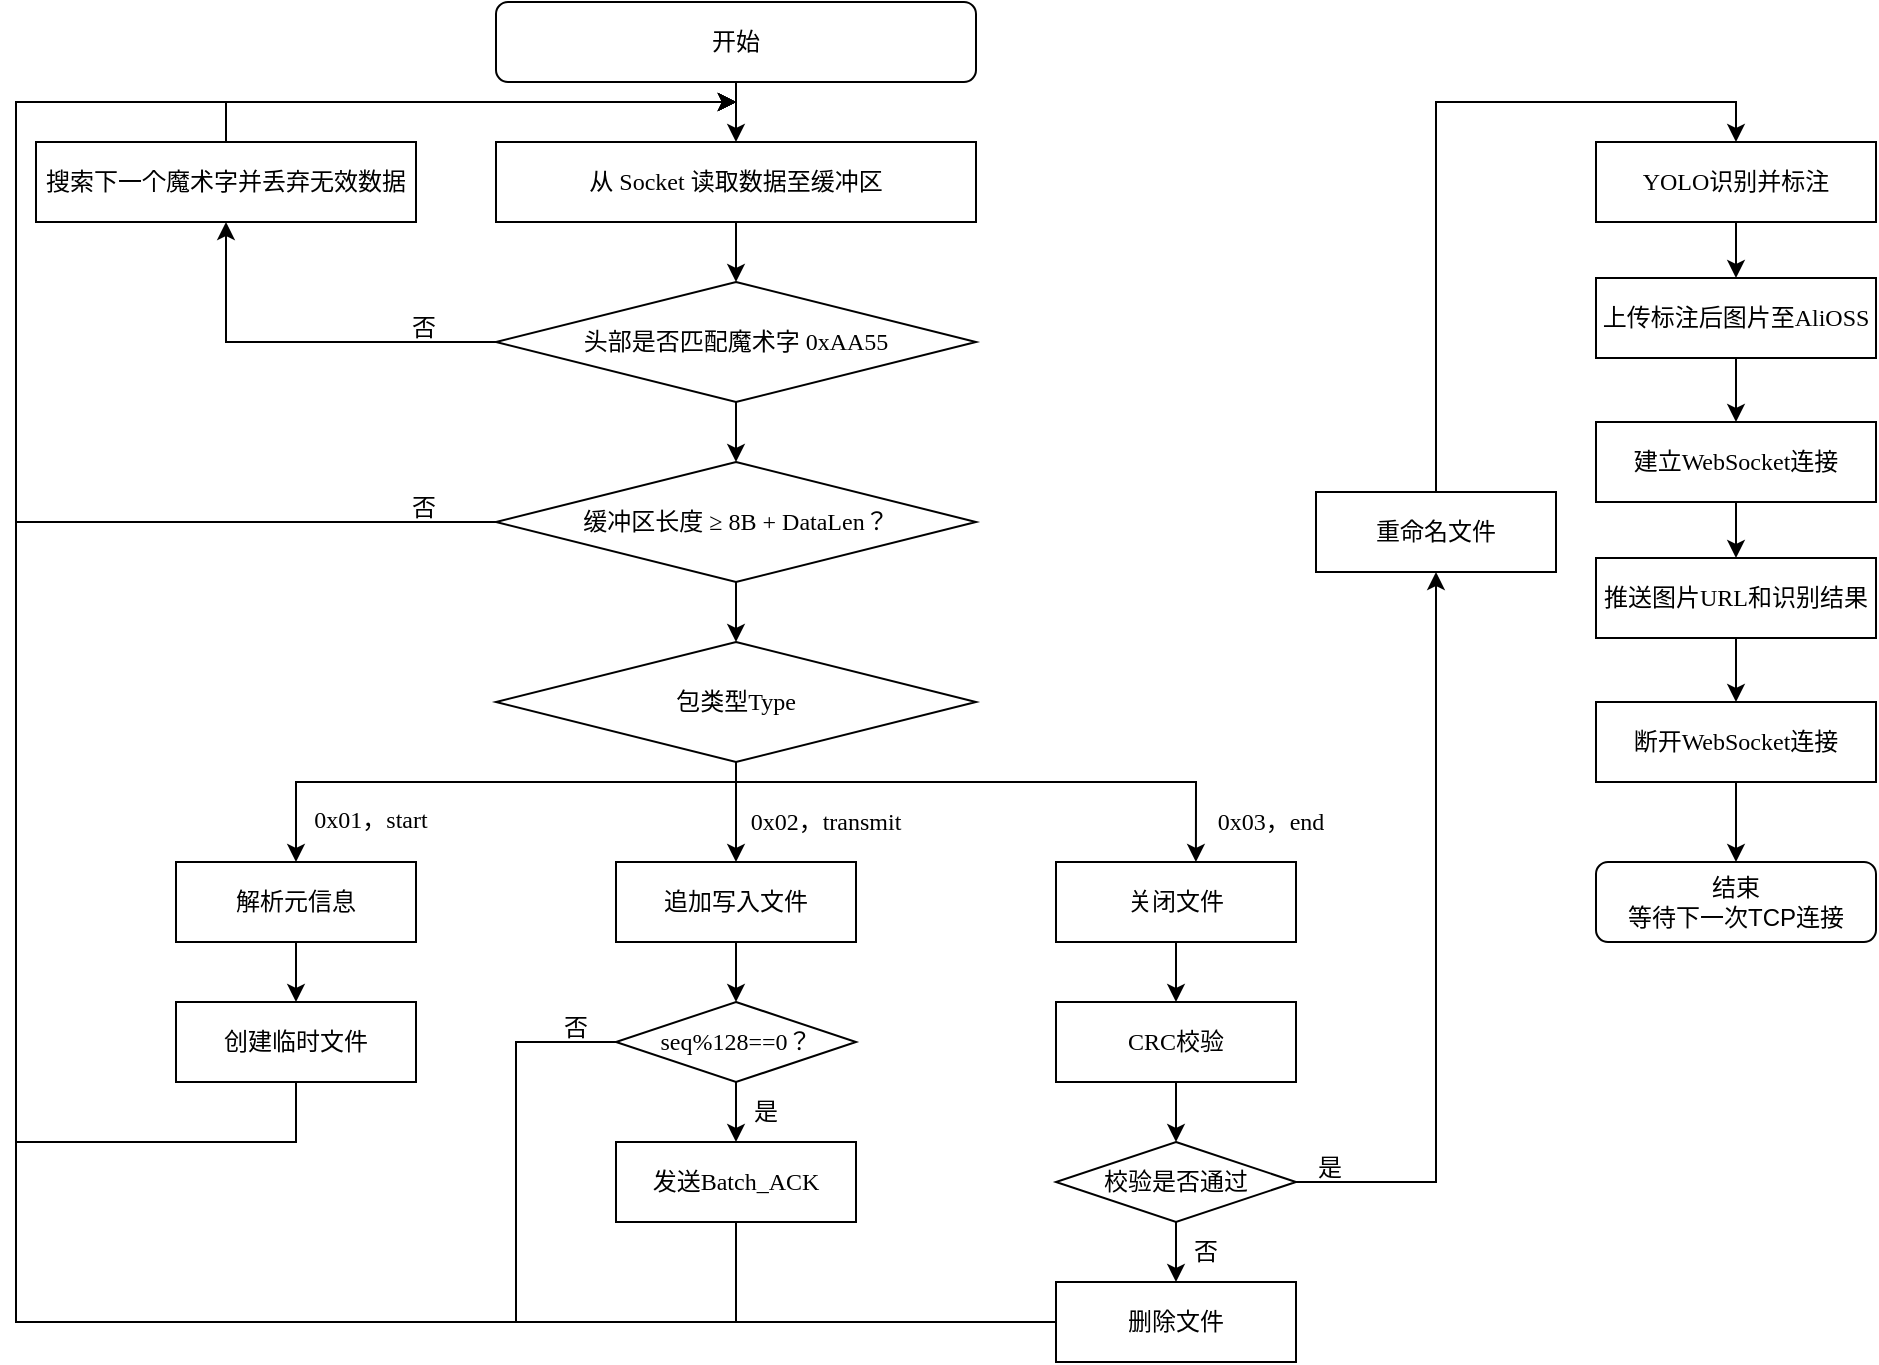
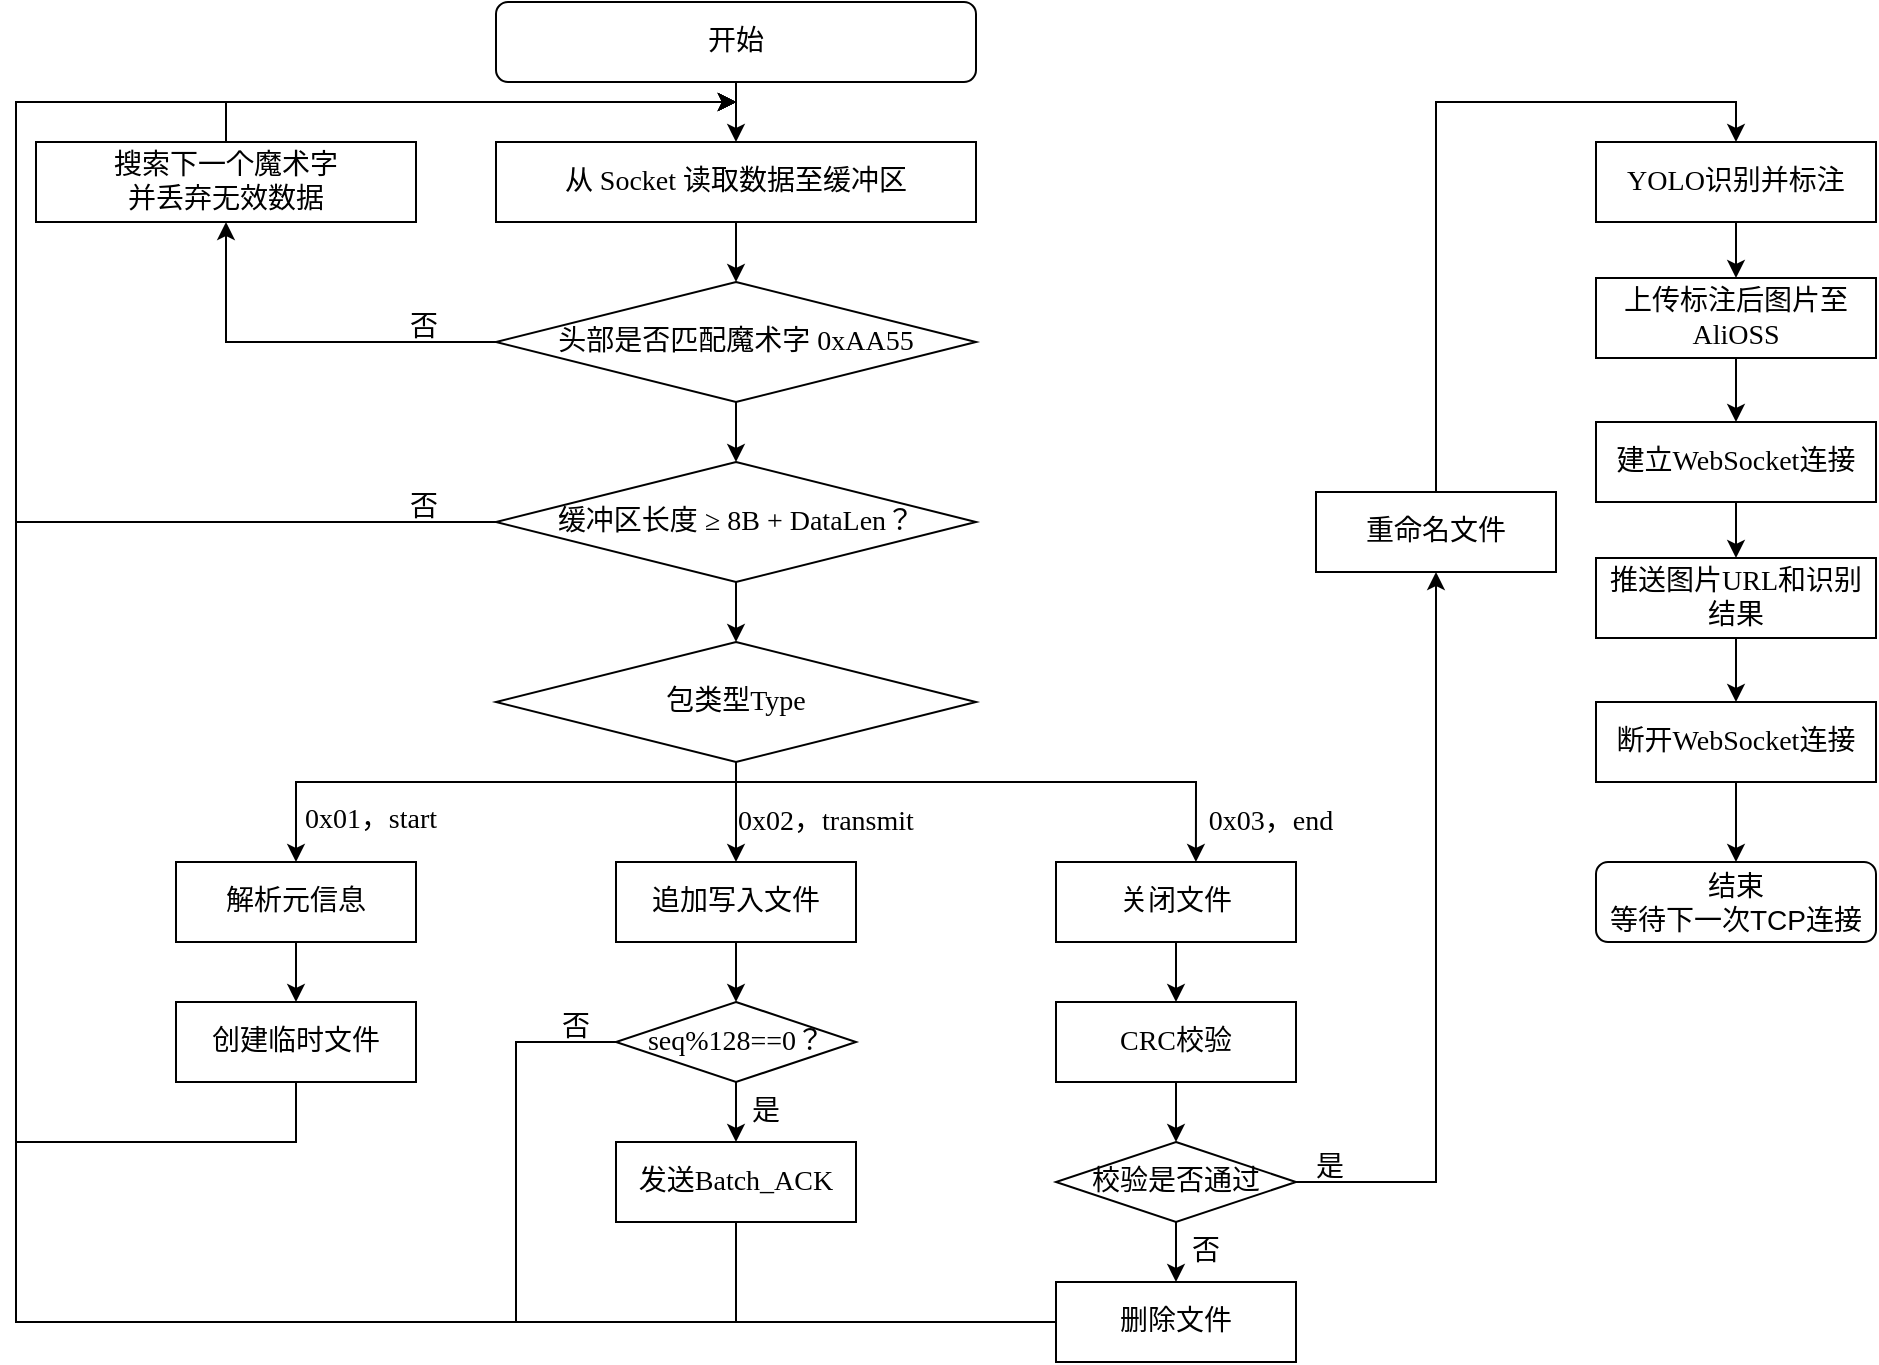
<mxfile host="app.diagrams.net">
  <diagram name="第 1 页" id="8uRtmwMaMuUe7Nznx1c2">
-     <mxGraphModel dx="1334" dy="939" grid="1" gridSize="10" guides="1" tooltips="1" connect="1" arrows="1" fold="1" page="1" pageScale="1" pageWidth="1654" pageHeight="2336" math="0" shadow="0">
+     <mxGraphModel dx="1338" dy="970" grid="1" gridSize="10" guides="1" tooltips="1" connect="1" arrows="1" fold="1" page="1" pageScale="1" pageWidth="1654" pageHeight="2336" math="0" shadow="0">
      <root>
        <mxCell id="0" />
        <mxCell id="1" parent="0" />
-         <mxCell id="qv9amhCV-RjvQQsg8EkM-5" edge="1" parent="1" source="qv9amhCV-RjvQQsg8EkM-1" style="edgeStyle=orthogonalEdgeStyle;rounded=0;orthogonalLoop=1;jettySize=auto;html=1;entryX=0.5;entryY=0;entryDx=0;entryDy=0;fontFamily=Times New Roman;" target="qv9amhCV-RjvQQsg8EkM-3">
-           <mxGeometry relative="1" as="geometry" />
-         </mxCell>
-         <mxCell id="qv9amhCV-RjvQQsg8EkM-1" parent="1" style="rounded=1;whiteSpace=wrap;html=1;fontFamily=Times New Roman;" value="开始" vertex="1">
+         <mxCell id="qv9amhCV-RjvQQsg8EkM-5" edge="1" parent="1" source="qv9amhCV-RjvQQsg8EkM-1" style="edgeStyle=orthogonalEdgeStyle;rounded=0;orthogonalLoop=1;jettySize=auto;html=1;entryX=0.5;entryY=0;entryDx=0;entryDy=0;fontFamily=Times New Roman;fontSize=14;" target="qv9amhCV-RjvQQsg8EkM-3">
+           <mxGeometry relative="1" as="geometry" />
+         </mxCell>
+         <mxCell id="qv9amhCV-RjvQQsg8EkM-1" parent="1" style="rounded=1;whiteSpace=wrap;html=1;fontFamily=Times New Roman;fontSize=14;" value="开始" vertex="1">
          <mxGeometry height="40" width="240" x="320" y="40" as="geometry" />
        </mxCell>
-         <mxCell id="qv9amhCV-RjvQQsg8EkM-13" edge="1" parent="1" source="qv9amhCV-RjvQQsg8EkM-2" style="edgeStyle=orthogonalEdgeStyle;rounded=0;orthogonalLoop=1;jettySize=auto;html=1;exitX=0;exitY=0.5;exitDx=0;exitDy=0;entryX=0.5;entryY=1;entryDx=0;entryDy=0;fontFamily=Times New Roman;" target="qv9amhCV-RjvQQsg8EkM-10">
-           <mxGeometry relative="1" as="geometry" />
-         </mxCell>
-         <mxCell id="qv9amhCV-RjvQQsg8EkM-17" edge="1" parent="1" source="qv9amhCV-RjvQQsg8EkM-2" style="edgeStyle=orthogonalEdgeStyle;rounded=0;orthogonalLoop=1;jettySize=auto;html=1;fontFamily=Times New Roman;" target="qv9amhCV-RjvQQsg8EkM-14">
-           <mxGeometry relative="1" as="geometry" />
-         </mxCell>
-         <mxCell id="qv9amhCV-RjvQQsg8EkM-2" parent="1" style="rhombus;whiteSpace=wrap;html=1;fontFamily=Times New Roman;" value="头部是否匹配魔术字 0xAA55" vertex="1">
+         <mxCell id="qv9amhCV-RjvQQsg8EkM-13" edge="1" parent="1" source="qv9amhCV-RjvQQsg8EkM-2" style="edgeStyle=orthogonalEdgeStyle;rounded=0;orthogonalLoop=1;jettySize=auto;html=1;exitX=0;exitY=0.5;exitDx=0;exitDy=0;entryX=0.5;entryY=1;entryDx=0;entryDy=0;fontFamily=Times New Roman;fontSize=14;" target="qv9amhCV-RjvQQsg8EkM-10">
+           <mxGeometry relative="1" as="geometry" />
+         </mxCell>
+         <mxCell id="qv9amhCV-RjvQQsg8EkM-17" edge="1" parent="1" source="qv9amhCV-RjvQQsg8EkM-2" style="edgeStyle=orthogonalEdgeStyle;rounded=0;orthogonalLoop=1;jettySize=auto;html=1;fontFamily=Times New Roman;fontSize=14;" target="qv9amhCV-RjvQQsg8EkM-14">
+           <mxGeometry relative="1" as="geometry" />
+         </mxCell>
+         <mxCell id="qv9amhCV-RjvQQsg8EkM-2" parent="1" style="rhombus;whiteSpace=wrap;html=1;fontFamily=Times New Roman;fontSize=14;" value="头部是否匹配魔术字 0xAA55" vertex="1">
          <mxGeometry height="60" width="240" x="320" y="180" as="geometry" />
        </mxCell>
-         <mxCell id="qv9amhCV-RjvQQsg8EkM-6" edge="1" parent="1" source="qv9amhCV-RjvQQsg8EkM-3" style="edgeStyle=orthogonalEdgeStyle;rounded=0;orthogonalLoop=1;jettySize=auto;html=1;fontFamily=Times New Roman;" target="qv9amhCV-RjvQQsg8EkM-2">
-           <mxGeometry relative="1" as="geometry" />
-         </mxCell>
-         <mxCell id="qv9amhCV-RjvQQsg8EkM-3" parent="1" style="rounded=0;whiteSpace=wrap;html=1;fontFamily=Times New Roman;" value="从 Socket 读取数据至缓冲区" vertex="1">
+         <mxCell id="qv9amhCV-RjvQQsg8EkM-6" edge="1" parent="1" source="qv9amhCV-RjvQQsg8EkM-3" style="edgeStyle=orthogonalEdgeStyle;rounded=0;orthogonalLoop=1;jettySize=auto;html=1;fontFamily=Times New Roman;fontSize=14;" target="qv9amhCV-RjvQQsg8EkM-2">
+           <mxGeometry relative="1" as="geometry" />
+         </mxCell>
+         <mxCell id="qv9amhCV-RjvQQsg8EkM-3" parent="1" style="rounded=0;whiteSpace=wrap;html=1;fontFamily=Times New Roman;fontSize=14;" value="从 Socket 读取数据至缓冲区" vertex="1">
          <mxGeometry height="40" width="240" x="320" y="110" as="geometry" />
        </mxCell>
-         <mxCell id="qv9amhCV-RjvQQsg8EkM-7" parent="1" style="text;html=1;whiteSpace=wrap;strokeColor=none;fillColor=none;align=center;verticalAlign=middle;rounded=0;fontFamily=Times New Roman;" value="否" vertex="1">
+         <mxCell id="qv9amhCV-RjvQQsg8EkM-7" parent="1" style="text;html=1;whiteSpace=wrap;strokeColor=none;fillColor=none;align=center;verticalAlign=middle;rounded=0;fontFamily=Times New Roman;fontSize=14;" value="否" vertex="1">
          <mxGeometry height="30" width="60" x="254" y="188" as="geometry" />
        </mxCell>
-         <mxCell id="qv9amhCV-RjvQQsg8EkM-12" edge="1" parent="1" source="qv9amhCV-RjvQQsg8EkM-10" style="edgeStyle=orthogonalEdgeStyle;rounded=0;orthogonalLoop=1;jettySize=auto;html=1;fontFamily=Times New Roman;">
+         <mxCell id="qv9amhCV-RjvQQsg8EkM-12" edge="1" parent="1" source="qv9amhCV-RjvQQsg8EkM-10" style="edgeStyle=orthogonalEdgeStyle;rounded=0;orthogonalLoop=1;jettySize=auto;html=1;fontFamily=Times New Roman;fontSize=14;">
          <mxGeometry relative="1" as="geometry">
            <Array as="points">
              <mxPoint x="185" y="90" />
            </Array>
            <mxPoint x="440" y="90" as="targetPoint" />
          </mxGeometry>
        </mxCell>
-         <mxCell id="qv9amhCV-RjvQQsg8EkM-10" parent="1" style="rounded=0;whiteSpace=wrap;html=1;fontFamily=Times New Roman;" value="搜索下一个魔术字并丢弃无效数据" vertex="1">
+         <mxCell id="qv9amhCV-RjvQQsg8EkM-10" parent="1" style="rounded=0;whiteSpace=wrap;html=1;fontFamily=Times New Roman;fontSize=14;" value="搜索下一个魔术字&lt;div&gt;并丢弃无效数据&lt;/div&gt;" vertex="1">
          <mxGeometry height="40" width="190" x="90" y="110" as="geometry" />
        </mxCell>
-         <mxCell id="qv9amhCV-RjvQQsg8EkM-15" edge="1" parent="1" source="qv9amhCV-RjvQQsg8EkM-14" style="edgeStyle=orthogonalEdgeStyle;rounded=0;orthogonalLoop=1;jettySize=auto;html=1;fontFamily=Times New Roman;">
+         <mxCell id="qv9amhCV-RjvQQsg8EkM-15" edge="1" parent="1" source="qv9amhCV-RjvQQsg8EkM-14" style="edgeStyle=orthogonalEdgeStyle;rounded=0;orthogonalLoop=1;jettySize=auto;html=1;fontFamily=Times New Roman;fontSize=14;">
          <mxGeometry relative="1" as="geometry">
            <Array as="points">
              <mxPoint x="80" y="300" />
            </Array>
            <mxPoint x="440" y="90" as="targetPoint" />
          </mxGeometry>
        </mxCell>
-         <mxCell id="qv9amhCV-RjvQQsg8EkM-36" edge="1" parent="1" source="qv9amhCV-RjvQQsg8EkM-14" style="edgeStyle=orthogonalEdgeStyle;rounded=0;orthogonalLoop=1;jettySize=auto;html=1;entryX=0.5;entryY=0;entryDx=0;entryDy=0;fontFamily=Times New Roman;" target="qv9amhCV-RjvQQsg8EkM-18">
-           <mxGeometry relative="1" as="geometry" />
-         </mxCell>
-         <mxCell id="qv9amhCV-RjvQQsg8EkM-14" parent="1" style="rhombus;whiteSpace=wrap;html=1;fontFamily=Times New Roman;" value="缓冲区长度 &lt;font&gt;≥&lt;/font&gt;&amp;nbsp;8B + DataLen？" vertex="1">
+         <mxCell id="qv9amhCV-RjvQQsg8EkM-36" edge="1" parent="1" source="qv9amhCV-RjvQQsg8EkM-14" style="edgeStyle=orthogonalEdgeStyle;rounded=0;orthogonalLoop=1;jettySize=auto;html=1;entryX=0.5;entryY=0;entryDx=0;entryDy=0;fontFamily=Times New Roman;fontSize=14;" target="qv9amhCV-RjvQQsg8EkM-18">
+           <mxGeometry relative="1" as="geometry" />
+         </mxCell>
+         <mxCell id="qv9amhCV-RjvQQsg8EkM-14" parent="1" style="rhombus;whiteSpace=wrap;html=1;fontFamily=Times New Roman;fontSize=14;" value="缓冲区长度 &lt;font&gt;≥&lt;/font&gt;&amp;nbsp;8B + DataLen？" vertex="1">
          <mxGeometry height="60" width="240" x="320" y="270" as="geometry" />
        </mxCell>
-         <mxCell id="qv9amhCV-RjvQQsg8EkM-16" parent="1" style="text;html=1;whiteSpace=wrap;strokeColor=none;fillColor=none;align=center;verticalAlign=middle;rounded=0;fontFamily=Times New Roman;" value="否" vertex="1">
+         <mxCell id="qv9amhCV-RjvQQsg8EkM-16" parent="1" style="text;html=1;whiteSpace=wrap;strokeColor=none;fillColor=none;align=center;verticalAlign=middle;rounded=0;fontFamily=Times New Roman;fontSize=14;" value="否" vertex="1">
          <mxGeometry height="30" width="60" x="254" y="278" as="geometry" />
        </mxCell>
-         <mxCell id="qv9amhCV-RjvQQsg8EkM-27" edge="1" parent="1" source="qv9amhCV-RjvQQsg8EkM-18" style="edgeStyle=orthogonalEdgeStyle;rounded=0;orthogonalLoop=1;jettySize=auto;html=1;entryX=0.5;entryY=0;entryDx=0;entryDy=0;fontFamily=Times New Roman;" target="qv9amhCV-RjvQQsg8EkM-22">
-           <mxGeometry relative="1" as="geometry" />
-         </mxCell>
-         <mxCell id="qv9amhCV-RjvQQsg8EkM-28" edge="1" parent="1" source="qv9amhCV-RjvQQsg8EkM-18" style="edgeStyle=orthogonalEdgeStyle;rounded=0;orthogonalLoop=1;jettySize=auto;html=1;entryX=0.5;entryY=0;entryDx=0;entryDy=0;fontFamily=Times New Roman;" target="qv9amhCV-RjvQQsg8EkM-20">
+         <mxCell id="qv9amhCV-RjvQQsg8EkM-27" edge="1" parent="1" source="qv9amhCV-RjvQQsg8EkM-18" style="edgeStyle=orthogonalEdgeStyle;rounded=0;orthogonalLoop=1;jettySize=auto;html=1;entryX=0.5;entryY=0;entryDx=0;entryDy=0;fontFamily=Times New Roman;fontSize=14;" target="qv9amhCV-RjvQQsg8EkM-22">
+           <mxGeometry relative="1" as="geometry" />
+         </mxCell>
+         <mxCell id="qv9amhCV-RjvQQsg8EkM-28" edge="1" parent="1" source="qv9amhCV-RjvQQsg8EkM-18" style="edgeStyle=orthogonalEdgeStyle;rounded=0;orthogonalLoop=1;jettySize=auto;html=1;entryX=0.5;entryY=0;entryDx=0;entryDy=0;fontFamily=Times New Roman;fontSize=14;" target="qv9amhCV-RjvQQsg8EkM-20">
          <mxGeometry relative="1" as="geometry">
            <Array as="points">
              <mxPoint x="440" y="430" />
              <mxPoint x="220" y="430" />
            </Array>
          </mxGeometry>
        </mxCell>
-         <mxCell id="qv9amhCV-RjvQQsg8EkM-18" parent="1" style="rhombus;whiteSpace=wrap;html=1;fontFamily=Times New Roman;" value="包类型Type" vertex="1">
+         <mxCell id="qv9amhCV-RjvQQsg8EkM-18" parent="1" style="rhombus;whiteSpace=wrap;html=1;fontFamily=Times New Roman;fontSize=14;" value="包类型Type" vertex="1">
          <mxGeometry height="60" width="240" x="320" y="360" as="geometry" />
        </mxCell>
-         <mxCell id="qv9amhCV-RjvQQsg8EkM-33" edge="1" parent="1" source="qv9amhCV-RjvQQsg8EkM-20" style="edgeStyle=orthogonalEdgeStyle;rounded=0;orthogonalLoop=1;jettySize=auto;html=1;entryX=0.5;entryY=0;entryDx=0;entryDy=0;fontFamily=Times New Roman;" target="qv9amhCV-RjvQQsg8EkM-21">
-           <mxGeometry relative="1" as="geometry" />
-         </mxCell>
-         <mxCell id="qv9amhCV-RjvQQsg8EkM-20" parent="1" style="rounded=0;whiteSpace=wrap;html=1;fontFamily=Times New Roman;" value="解析元信息" vertex="1">
+         <mxCell id="qv9amhCV-RjvQQsg8EkM-33" edge="1" parent="1" source="qv9amhCV-RjvQQsg8EkM-20" style="edgeStyle=orthogonalEdgeStyle;rounded=0;orthogonalLoop=1;jettySize=auto;html=1;entryX=0.5;entryY=0;entryDx=0;entryDy=0;fontFamily=Times New Roman;fontSize=14;" target="qv9amhCV-RjvQQsg8EkM-21">
+           <mxGeometry relative="1" as="geometry" />
+         </mxCell>
+         <mxCell id="qv9amhCV-RjvQQsg8EkM-20" parent="1" style="rounded=0;whiteSpace=wrap;html=1;fontFamily=Times New Roman;fontSize=14;" value="解析元信息" vertex="1">
          <mxGeometry height="40" width="120" x="160" y="470" as="geometry" />
        </mxCell>
-         <mxCell id="qv9amhCV-RjvQQsg8EkM-37" edge="1" parent="1" source="qv9amhCV-RjvQQsg8EkM-21" style="edgeStyle=orthogonalEdgeStyle;rounded=0;orthogonalLoop=1;jettySize=auto;html=1;fontFamily=Times New Roman;">
+         <mxCell id="qv9amhCV-RjvQQsg8EkM-37" edge="1" parent="1" source="qv9amhCV-RjvQQsg8EkM-21" style="edgeStyle=orthogonalEdgeStyle;rounded=0;orthogonalLoop=1;jettySize=auto;html=1;fontFamily=Times New Roman;fontSize=14;">
          <mxGeometry relative="1" as="geometry">
            <Array as="points">
              <mxPoint x="220" y="610" />
              <mxPoint x="80" y="610" />
            </Array>
            <mxPoint x="440" y="90" as="targetPoint" />
          </mxGeometry>
        </mxCell>
-         <mxCell id="qv9amhCV-RjvQQsg8EkM-21" parent="1" style="rounded=0;whiteSpace=wrap;html=1;fontFamily=Times New Roman;" value="创建临时文件" vertex="1">
+         <mxCell id="qv9amhCV-RjvQQsg8EkM-21" parent="1" style="rounded=0;whiteSpace=wrap;html=1;fontFamily=Times New Roman;fontSize=14;" value="创建临时文件" vertex="1">
          <mxGeometry height="40" width="120" x="160" y="540" as="geometry" />
        </mxCell>
-         <mxCell id="qv9amhCV-RjvQQsg8EkM-34" edge="1" parent="1" source="qv9amhCV-RjvQQsg8EkM-22" style="edgeStyle=orthogonalEdgeStyle;rounded=0;orthogonalLoop=1;jettySize=auto;html=1;entryX=0.5;entryY=0;entryDx=0;entryDy=0;fontFamily=Times New Roman;" target="qv9amhCV-RjvQQsg8EkM-23">
-           <mxGeometry relative="1" as="geometry" />
-         </mxCell>
-         <mxCell id="qv9amhCV-RjvQQsg8EkM-22" parent="1" style="rounded=0;whiteSpace=wrap;html=1;fontFamily=Times New Roman;" value="追加写入文件" vertex="1">
+         <mxCell id="qv9amhCV-RjvQQsg8EkM-34" edge="1" parent="1" source="qv9amhCV-RjvQQsg8EkM-22" style="edgeStyle=orthogonalEdgeStyle;rounded=0;orthogonalLoop=1;jettySize=auto;html=1;entryX=0.5;entryY=0;entryDx=0;entryDy=0;fontFamily=Times New Roman;fontSize=14;" target="qv9amhCV-RjvQQsg8EkM-23">
+           <mxGeometry relative="1" as="geometry" />
+         </mxCell>
+         <mxCell id="qv9amhCV-RjvQQsg8EkM-22" parent="1" style="rounded=0;whiteSpace=wrap;html=1;fontFamily=Times New Roman;fontSize=14;" value="追加写入文件" vertex="1">
          <mxGeometry height="40" width="120" x="380" y="470" as="geometry" />
        </mxCell>
-         <mxCell id="qv9amhCV-RjvQQsg8EkM-40" edge="1" parent="1" source="qv9amhCV-RjvQQsg8EkM-23" style="edgeStyle=orthogonalEdgeStyle;rounded=0;orthogonalLoop=1;jettySize=auto;html=1;entryX=0.5;entryY=0;entryDx=0;entryDy=0;fontFamily=Times New Roman;" target="qv9amhCV-RjvQQsg8EkM-39">
-           <mxGeometry relative="1" as="geometry" />
-         </mxCell>
-         <mxCell id="qv9amhCV-RjvQQsg8EkM-42" edge="1" parent="1" source="qv9amhCV-RjvQQsg8EkM-23" style="edgeStyle=orthogonalEdgeStyle;rounded=0;orthogonalLoop=1;jettySize=auto;html=1;fontFamily=Times New Roman;">
+         <mxCell id="qv9amhCV-RjvQQsg8EkM-40" edge="1" parent="1" source="qv9amhCV-RjvQQsg8EkM-23" style="edgeStyle=orthogonalEdgeStyle;rounded=0;orthogonalLoop=1;jettySize=auto;html=1;entryX=0.5;entryY=0;entryDx=0;entryDy=0;fontFamily=Times New Roman;fontSize=14;" target="qv9amhCV-RjvQQsg8EkM-39">
+           <mxGeometry relative="1" as="geometry" />
+         </mxCell>
+         <mxCell id="qv9amhCV-RjvQQsg8EkM-42" edge="1" parent="1" source="qv9amhCV-RjvQQsg8EkM-23" style="edgeStyle=orthogonalEdgeStyle;rounded=0;orthogonalLoop=1;jettySize=auto;html=1;fontFamily=Times New Roman;fontSize=14;">
          <mxGeometry relative="1" as="geometry">
            <Array as="points">
              <mxPoint x="330" y="560" />
              <mxPoint x="330" y="700" />
              <mxPoint x="80" y="700" />
              <mxPoint x="80" y="90" />
            </Array>
            <mxPoint x="440" y="90" as="targetPoint" />
          </mxGeometry>
        </mxCell>
-         <mxCell id="qv9amhCV-RjvQQsg8EkM-23" parent="1" style="rhombus;whiteSpace=wrap;html=1;fontFamily=Times New Roman;" value="seq%128==0？" vertex="1">
+         <mxCell id="qv9amhCV-RjvQQsg8EkM-23" parent="1" style="rhombus;whiteSpace=wrap;html=1;fontFamily=Times New Roman;fontSize=14;" value="seq%128==0？" vertex="1">
          <mxGeometry height="40" width="120" x="380" y="540" as="geometry" />
        </mxCell>
-         <mxCell id="qv9amhCV-RjvQQsg8EkM-35" edge="1" parent="1" source="qv9amhCV-RjvQQsg8EkM-25" style="edgeStyle=orthogonalEdgeStyle;rounded=0;orthogonalLoop=1;jettySize=auto;html=1;entryX=0.5;entryY=0;entryDx=0;entryDy=0;fontFamily=Times New Roman;" target="qv9amhCV-RjvQQsg8EkM-26">
-           <mxGeometry relative="1" as="geometry" />
-         </mxCell>
-         <mxCell id="qv9amhCV-RjvQQsg8EkM-25" parent="1" style="rounded=0;whiteSpace=wrap;html=1;fontFamily=Times New Roman;" value="关闭文件" vertex="1">
+         <mxCell id="qv9amhCV-RjvQQsg8EkM-35" edge="1" parent="1" source="qv9amhCV-RjvQQsg8EkM-25" style="edgeStyle=orthogonalEdgeStyle;rounded=0;orthogonalLoop=1;jettySize=auto;html=1;entryX=0.5;entryY=0;entryDx=0;entryDy=0;fontFamily=Times New Roman;fontSize=14;" target="qv9amhCV-RjvQQsg8EkM-26">
+           <mxGeometry relative="1" as="geometry" />
+         </mxCell>
+         <mxCell id="qv9amhCV-RjvQQsg8EkM-25" parent="1" style="rounded=0;whiteSpace=wrap;html=1;fontFamily=Times New Roman;fontSize=14;" value="关闭文件" vertex="1">
          <mxGeometry height="40" width="120" x="600" y="470" as="geometry" />
        </mxCell>
-         <mxCell id="qv9amhCV-RjvQQsg8EkM-45" edge="1" parent="1" source="qv9amhCV-RjvQQsg8EkM-26" style="edgeStyle=orthogonalEdgeStyle;rounded=0;orthogonalLoop=1;jettySize=auto;html=1;fontFamily=Times New Roman;" target="qv9amhCV-RjvQQsg8EkM-43">
-           <mxGeometry relative="1" as="geometry" />
-         </mxCell>
-         <mxCell id="qv9amhCV-RjvQQsg8EkM-26" parent="1" style="rounded=0;whiteSpace=wrap;html=1;fontFamily=Times New Roman;" value="CRC校验" vertex="1">
+         <mxCell id="qv9amhCV-RjvQQsg8EkM-45" edge="1" parent="1" source="qv9amhCV-RjvQQsg8EkM-26" style="edgeStyle=orthogonalEdgeStyle;rounded=0;orthogonalLoop=1;jettySize=auto;html=1;fontFamily=Times New Roman;fontSize=14;" target="qv9amhCV-RjvQQsg8EkM-43">
+           <mxGeometry relative="1" as="geometry" />
+         </mxCell>
+         <mxCell id="qv9amhCV-RjvQQsg8EkM-26" parent="1" style="rounded=0;whiteSpace=wrap;html=1;fontFamily=Times New Roman;fontSize=14;" value="CRC校验" vertex="1">
          <mxGeometry height="40" width="120" x="600" y="540" as="geometry" />
        </mxCell>
-         <mxCell id="qv9amhCV-RjvQQsg8EkM-29" edge="1" parent="1" source="qv9amhCV-RjvQQsg8EkM-18" style="edgeStyle=orthogonalEdgeStyle;rounded=0;orthogonalLoop=1;jettySize=auto;html=1;entryX=0.583;entryY=0;entryDx=0;entryDy=0;entryPerimeter=0;fontFamily=Times New Roman;" target="qv9amhCV-RjvQQsg8EkM-25">
+         <mxCell id="qv9amhCV-RjvQQsg8EkM-29" edge="1" parent="1" source="qv9amhCV-RjvQQsg8EkM-18" style="edgeStyle=orthogonalEdgeStyle;rounded=0;orthogonalLoop=1;jettySize=auto;html=1;entryX=0.583;entryY=0;entryDx=0;entryDy=0;entryPerimeter=0;fontFamily=Times New Roman;fontSize=14;" target="qv9amhCV-RjvQQsg8EkM-25">
          <mxGeometry relative="1" as="geometry">
            <Array as="points">
              <mxPoint x="440" y="430" />
              <mxPoint x="670" y="430" />
            </Array>
          </mxGeometry>
        </mxCell>
-         <mxCell id="qv9amhCV-RjvQQsg8EkM-30" parent="1" style="text;html=1;whiteSpace=wrap;strokeColor=none;fillColor=none;align=center;verticalAlign=middle;rounded=0;fontFamily=Times New Roman;" value="0x01，start" vertex="1">
+         <mxCell id="qv9amhCV-RjvQQsg8EkM-30" parent="1" style="text;html=1;whiteSpace=wrap;strokeColor=none;fillColor=none;align=center;verticalAlign=middle;rounded=0;fontFamily=Times New Roman;fontSize=14;" value="0x01，start" vertex="1">
          <mxGeometry height="30" width="75" x="220" y="434" as="geometry" />
        </mxCell>
-         <mxCell id="qv9amhCV-RjvQQsg8EkM-31" parent="1" style="text;html=1;whiteSpace=wrap;strokeColor=none;fillColor=none;align=center;verticalAlign=middle;rounded=0;fontFamily=Times New Roman;" value="0x02，transmit" vertex="1">
+         <mxCell id="qv9amhCV-RjvQQsg8EkM-31" parent="1" style="text;html=1;whiteSpace=wrap;strokeColor=none;fillColor=none;align=center;verticalAlign=middle;rounded=0;fontFamily=Times New Roman;fontSize=14;" value="0x02，transmit" vertex="1">
          <mxGeometry height="30" width="90" x="440" y="435" as="geometry" />
        </mxCell>
-         <mxCell id="qv9amhCV-RjvQQsg8EkM-32" parent="1" style="text;html=1;whiteSpace=wrap;strokeColor=none;fillColor=none;align=center;verticalAlign=middle;rounded=0;fontFamily=Times New Roman;" value="0x03，end" vertex="1">
+         <mxCell id="qv9amhCV-RjvQQsg8EkM-32" parent="1" style="text;html=1;whiteSpace=wrap;strokeColor=none;fillColor=none;align=center;verticalAlign=middle;rounded=0;fontFamily=Times New Roman;fontSize=14;" value="0x03，end" vertex="1">
          <mxGeometry height="30" width="75" x="670" y="435" as="geometry" />
        </mxCell>
-         <mxCell id="qv9amhCV-RjvQQsg8EkM-41" edge="1" parent="1" source="qv9amhCV-RjvQQsg8EkM-39" style="edgeStyle=orthogonalEdgeStyle;rounded=0;orthogonalLoop=1;jettySize=auto;html=1;fontFamily=Times New Roman;">
+         <mxCell id="qv9amhCV-RjvQQsg8EkM-41" edge="1" parent="1" source="qv9amhCV-RjvQQsg8EkM-39" style="edgeStyle=orthogonalEdgeStyle;rounded=0;orthogonalLoop=1;jettySize=auto;html=1;fontFamily=Times New Roman;fontSize=14;">
          <mxGeometry relative="1" as="geometry">
            <Array as="points">
              <mxPoint x="440" y="700" />
              <mxPoint x="80" y="700" />
              <mxPoint x="80" y="90" />
            </Array>
            <mxPoint x="440" y="90" as="targetPoint" />
          </mxGeometry>
        </mxCell>
-         <mxCell id="qv9amhCV-RjvQQsg8EkM-39" parent="1" style="rounded=0;whiteSpace=wrap;html=1;fontFamily=Times New Roman;" value="发送Batch_ACK" vertex="1">
+         <mxCell id="qv9amhCV-RjvQQsg8EkM-39" parent="1" style="rounded=0;whiteSpace=wrap;html=1;fontFamily=Times New Roman;fontSize=14;" value="发送Batch_ACK" vertex="1">
          <mxGeometry height="40" width="120" x="380" y="610" as="geometry" />
        </mxCell>
-         <mxCell id="qv9amhCV-RjvQQsg8EkM-49" edge="1" parent="1" source="qv9amhCV-RjvQQsg8EkM-43" style="edgeStyle=orthogonalEdgeStyle;rounded=0;orthogonalLoop=1;jettySize=auto;html=1;entryX=0.5;entryY=0;entryDx=0;entryDy=0;fontFamily=Times New Roman;" target="qv9amhCV-RjvQQsg8EkM-47">
-           <mxGeometry relative="1" as="geometry" />
-         </mxCell>
-         <mxCell id="qv9amhCV-RjvQQsg8EkM-54" edge="1" parent="1" source="qv9amhCV-RjvQQsg8EkM-43" style="edgeStyle=orthogonalEdgeStyle;rounded=0;orthogonalLoop=1;jettySize=auto;html=1;entryX=0.5;entryY=1;entryDx=0;entryDy=0;" target="qv9amhCV-RjvQQsg8EkM-53">
+         <mxCell id="qv9amhCV-RjvQQsg8EkM-49" edge="1" parent="1" source="qv9amhCV-RjvQQsg8EkM-43" style="edgeStyle=orthogonalEdgeStyle;rounded=0;orthogonalLoop=1;jettySize=auto;html=1;entryX=0.5;entryY=0;entryDx=0;entryDy=0;fontFamily=Times New Roman;fontSize=14;" target="qv9amhCV-RjvQQsg8EkM-47">
+           <mxGeometry relative="1" as="geometry" />
+         </mxCell>
+         <mxCell id="qv9amhCV-RjvQQsg8EkM-54" edge="1" parent="1" source="qv9amhCV-RjvQQsg8EkM-43" style="edgeStyle=orthogonalEdgeStyle;rounded=0;orthogonalLoop=1;jettySize=auto;html=1;entryX=0.5;entryY=1;entryDx=0;entryDy=0;fontSize=14;" target="qv9amhCV-RjvQQsg8EkM-53">
          <mxGeometry relative="1" as="geometry">
            <Array as="points">
              <mxPoint x="790" y="630" />
            </Array>
          </mxGeometry>
        </mxCell>
-         <mxCell id="qv9amhCV-RjvQQsg8EkM-43" parent="1" style="rhombus;whiteSpace=wrap;html=1;fontFamily=Times New Roman;" value="校验是否通过" vertex="1">
+         <mxCell id="qv9amhCV-RjvQQsg8EkM-43" parent="1" style="rhombus;whiteSpace=wrap;html=1;fontFamily=Times New Roman;fontSize=14;" value="校验是否通过" vertex="1">
          <mxGeometry height="40" width="120" x="600" y="610" as="geometry" />
        </mxCell>
-         <mxCell id="qv9amhCV-RjvQQsg8EkM-48" edge="1" parent="1" source="qv9amhCV-RjvQQsg8EkM-47" style="edgeStyle=orthogonalEdgeStyle;rounded=0;orthogonalLoop=1;jettySize=auto;html=1;fontFamily=Times New Roman;">
+         <mxCell id="qv9amhCV-RjvQQsg8EkM-48" edge="1" parent="1" source="qv9amhCV-RjvQQsg8EkM-47" style="edgeStyle=orthogonalEdgeStyle;rounded=0;orthogonalLoop=1;jettySize=auto;html=1;fontFamily=Times New Roman;fontSize=14;">
          <mxGeometry relative="1" as="geometry">
            <Array as="points">
              <mxPoint x="80" y="700" />
            </Array>
            <mxPoint x="440" y="90" as="targetPoint" />
          </mxGeometry>
        </mxCell>
-         <mxCell id="qv9amhCV-RjvQQsg8EkM-47" parent="1" style="rounded=0;whiteSpace=wrap;html=1;fontFamily=Times New Roman;" value="删除文件" vertex="1">
+         <mxCell id="qv9amhCV-RjvQQsg8EkM-47" parent="1" style="rounded=0;whiteSpace=wrap;html=1;fontFamily=Times New Roman;fontSize=14;" value="删除文件" vertex="1">
          <mxGeometry height="40" width="120" x="600" y="680" as="geometry" />
        </mxCell>
-         <mxCell id="qv9amhCV-RjvQQsg8EkM-50" parent="1" style="text;html=1;whiteSpace=wrap;strokeColor=none;fillColor=none;align=center;verticalAlign=middle;rounded=0;fontFamily=Times New Roman;" value="否" vertex="1">
+         <mxCell id="qv9amhCV-RjvQQsg8EkM-50" parent="1" style="text;html=1;whiteSpace=wrap;strokeColor=none;fillColor=none;align=center;verticalAlign=middle;rounded=0;fontFamily=Times New Roman;fontSize=14;" value="否" vertex="1">
          <mxGeometry height="30" width="60" x="330" y="538" as="geometry" />
        </mxCell>
-         <mxCell id="qv9amhCV-RjvQQsg8EkM-51" parent="1" style="text;html=1;whiteSpace=wrap;strokeColor=none;fillColor=none;align=center;verticalAlign=middle;rounded=0;fontFamily=Times New Roman;" value="否" vertex="1">
+         <mxCell id="qv9amhCV-RjvQQsg8EkM-51" parent="1" style="text;html=1;whiteSpace=wrap;strokeColor=none;fillColor=none;align=center;verticalAlign=middle;rounded=0;fontFamily=Times New Roman;fontSize=14;" value="否" vertex="1">
          <mxGeometry height="30" width="60" x="645" y="650" as="geometry" />
        </mxCell>
-         <mxCell id="qv9amhCV-RjvQQsg8EkM-52" parent="1" style="text;html=1;whiteSpace=wrap;strokeColor=none;fillColor=none;align=center;verticalAlign=middle;rounded=0;fontFamily=Times New Roman;" value="是" vertex="1">
+         <mxCell id="qv9amhCV-RjvQQsg8EkM-52" parent="1" style="text;html=1;whiteSpace=wrap;strokeColor=none;fillColor=none;align=center;verticalAlign=middle;rounded=0;fontFamily=Times New Roman;fontSize=14;" value="是" vertex="1">
          <mxGeometry height="30" width="60" x="425" y="580" as="geometry" />
        </mxCell>
-         <mxCell id="qv9amhCV-RjvQQsg8EkM-59" edge="1" parent="1" source="qv9amhCV-RjvQQsg8EkM-53" style="edgeStyle=orthogonalEdgeStyle;rounded=0;orthogonalLoop=1;jettySize=auto;html=1;entryX=0.5;entryY=0;entryDx=0;entryDy=0;" target="qv9amhCV-RjvQQsg8EkM-58">
+         <mxCell id="qv9amhCV-RjvQQsg8EkM-59" edge="1" parent="1" source="qv9amhCV-RjvQQsg8EkM-53" style="edgeStyle=orthogonalEdgeStyle;rounded=0;orthogonalLoop=1;jettySize=auto;html=1;entryX=0.5;entryY=0;entryDx=0;entryDy=0;fontSize=14;" target="qv9amhCV-RjvQQsg8EkM-58">
          <mxGeometry relative="1" as="geometry">
            <Array as="points">
              <mxPoint x="790" y="90" />
              <mxPoint x="940" y="90" />
            </Array>
            <mxPoint x="940" y="80" as="targetPoint" />
          </mxGeometry>
        </mxCell>
-         <mxCell id="qv9amhCV-RjvQQsg8EkM-53" parent="1" style="rounded=0;whiteSpace=wrap;html=1;fontFamily=Times New Roman;" value="重命名文件" vertex="1">
+         <mxCell id="qv9amhCV-RjvQQsg8EkM-53" parent="1" style="rounded=0;whiteSpace=wrap;html=1;fontFamily=Times New Roman;fontSize=14;" value="重命名文件" vertex="1">
          <mxGeometry height="40" width="120" x="730" y="285" as="geometry" />
        </mxCell>
-         <mxCell id="qv9amhCV-RjvQQsg8EkM-56" parent="1" style="text;html=1;whiteSpace=wrap;strokeColor=none;fillColor=none;align=center;verticalAlign=middle;rounded=0;fontFamily=Times New Roman;" value="是" vertex="1">
+         <mxCell id="qv9amhCV-RjvQQsg8EkM-56" parent="1" style="text;html=1;whiteSpace=wrap;strokeColor=none;fillColor=none;align=center;verticalAlign=middle;rounded=0;fontFamily=Times New Roman;fontSize=14;" value="是" vertex="1">
          <mxGeometry height="30" width="60" x="707" y="608" as="geometry" />
        </mxCell>
-         <mxCell id="qv9amhCV-RjvQQsg8EkM-66" edge="1" parent="1" source="qv9amhCV-RjvQQsg8EkM-58" style="edgeStyle=orthogonalEdgeStyle;rounded=0;orthogonalLoop=1;jettySize=auto;html=1;entryX=0.5;entryY=0;entryDx=0;entryDy=0;" target="qv9amhCV-RjvQQsg8EkM-61">
-           <mxGeometry relative="1" as="geometry" />
-         </mxCell>
-         <mxCell id="qv9amhCV-RjvQQsg8EkM-58" parent="1" style="rounded=0;whiteSpace=wrap;html=1;fontFamily=Times New Roman;" value="YOLO识别并标注" vertex="1">
+         <mxCell id="qv9amhCV-RjvQQsg8EkM-66" edge="1" parent="1" source="qv9amhCV-RjvQQsg8EkM-58" style="edgeStyle=orthogonalEdgeStyle;rounded=0;orthogonalLoop=1;jettySize=auto;html=1;entryX=0.5;entryY=0;entryDx=0;entryDy=0;fontSize=14;" target="qv9amhCV-RjvQQsg8EkM-61">
+           <mxGeometry relative="1" as="geometry" />
+         </mxCell>
+         <mxCell id="qv9amhCV-RjvQQsg8EkM-58" parent="1" style="rounded=0;whiteSpace=wrap;html=1;fontFamily=Times New Roman;fontSize=14;" value="YOLO识别并标注" vertex="1">
          <mxGeometry height="40" width="140" x="870" y="110" as="geometry" />
        </mxCell>
-         <mxCell id="qv9amhCV-RjvQQsg8EkM-68" edge="1" parent="1" source="qv9amhCV-RjvQQsg8EkM-61" style="edgeStyle=orthogonalEdgeStyle;rounded=0;orthogonalLoop=1;jettySize=auto;html=1;entryX=0.5;entryY=0;entryDx=0;entryDy=0;" target="qv9amhCV-RjvQQsg8EkM-62">
-           <mxGeometry relative="1" as="geometry" />
-         </mxCell>
-         <mxCell id="qv9amhCV-RjvQQsg8EkM-61" parent="1" style="rounded=0;whiteSpace=wrap;html=1;fontFamily=Times New Roman;" value="上传标注后图片至AliOSS" vertex="1">
+         <mxCell id="qv9amhCV-RjvQQsg8EkM-68" edge="1" parent="1" source="qv9amhCV-RjvQQsg8EkM-61" style="edgeStyle=orthogonalEdgeStyle;rounded=0;orthogonalLoop=1;jettySize=auto;html=1;entryX=0.5;entryY=0;entryDx=0;entryDy=0;fontSize=14;" target="qv9amhCV-RjvQQsg8EkM-62">
+           <mxGeometry relative="1" as="geometry" />
+         </mxCell>
+         <mxCell id="qv9amhCV-RjvQQsg8EkM-61" parent="1" style="rounded=0;whiteSpace=wrap;html=1;fontFamily=Times New Roman;fontSize=14;" value="上传标注后图片至AliOSS" vertex="1">
          <mxGeometry height="40" width="140" x="870" y="178" as="geometry" />
        </mxCell>
-         <mxCell id="qv9amhCV-RjvQQsg8EkM-69" edge="1" parent="1" source="qv9amhCV-RjvQQsg8EkM-62" style="edgeStyle=orthogonalEdgeStyle;rounded=0;orthogonalLoop=1;jettySize=auto;html=1;entryX=0.5;entryY=0;entryDx=0;entryDy=0;" target="qv9amhCV-RjvQQsg8EkM-63">
-           <mxGeometry relative="1" as="geometry" />
-         </mxCell>
-         <mxCell id="qv9amhCV-RjvQQsg8EkM-62" parent="1" style="rounded=0;whiteSpace=wrap;html=1;fontFamily=Times New Roman;" value="建立WebSocket连接" vertex="1">
+         <mxCell id="qv9amhCV-RjvQQsg8EkM-69" edge="1" parent="1" source="qv9amhCV-RjvQQsg8EkM-62" style="edgeStyle=orthogonalEdgeStyle;rounded=0;orthogonalLoop=1;jettySize=auto;html=1;entryX=0.5;entryY=0;entryDx=0;entryDy=0;fontSize=14;" target="qv9amhCV-RjvQQsg8EkM-63">
+           <mxGeometry relative="1" as="geometry" />
+         </mxCell>
+         <mxCell id="qv9amhCV-RjvQQsg8EkM-62" parent="1" style="rounded=0;whiteSpace=wrap;html=1;fontFamily=Times New Roman;fontSize=14;" value="建立WebSocket连接" vertex="1">
          <mxGeometry height="40" width="140" x="870" y="250" as="geometry" />
        </mxCell>
-         <mxCell id="qv9amhCV-RjvQQsg8EkM-70" edge="1" parent="1" source="qv9amhCV-RjvQQsg8EkM-63" style="edgeStyle=orthogonalEdgeStyle;rounded=0;orthogonalLoop=1;jettySize=auto;html=1;entryX=0.5;entryY=0;entryDx=0;entryDy=0;" target="qv9amhCV-RjvQQsg8EkM-64">
-           <mxGeometry relative="1" as="geometry" />
-         </mxCell>
-         <mxCell id="qv9amhCV-RjvQQsg8EkM-63" parent="1" style="rounded=0;whiteSpace=wrap;html=1;fontFamily=Times New Roman;" value="推送图片URL和识别结果" vertex="1">
+         <mxCell id="qv9amhCV-RjvQQsg8EkM-70" edge="1" parent="1" source="qv9amhCV-RjvQQsg8EkM-63" style="edgeStyle=orthogonalEdgeStyle;rounded=0;orthogonalLoop=1;jettySize=auto;html=1;entryX=0.5;entryY=0;entryDx=0;entryDy=0;fontSize=14;" target="qv9amhCV-RjvQQsg8EkM-64">
+           <mxGeometry relative="1" as="geometry" />
+         </mxCell>
+         <mxCell id="qv9amhCV-RjvQQsg8EkM-63" parent="1" style="rounded=0;whiteSpace=wrap;html=1;fontFamily=Times New Roman;fontSize=14;" value="推送图片URL和识别结果" vertex="1">
          <mxGeometry height="40" width="140" x="870" y="318" as="geometry" />
        </mxCell>
-         <mxCell id="qv9amhCV-RjvQQsg8EkM-71" edge="1" parent="1" source="qv9amhCV-RjvQQsg8EkM-64" style="edgeStyle=orthogonalEdgeStyle;rounded=0;orthogonalLoop=1;jettySize=auto;html=1;entryX=0.5;entryY=0;entryDx=0;entryDy=0;" target="qv9amhCV-RjvQQsg8EkM-65">
-           <mxGeometry relative="1" as="geometry" />
-         </mxCell>
-         <mxCell id="qv9amhCV-RjvQQsg8EkM-64" parent="1" style="rounded=0;whiteSpace=wrap;html=1;fontFamily=Times New Roman;" value="断开WebSocket连接" vertex="1">
+         <mxCell id="qv9amhCV-RjvQQsg8EkM-71" edge="1" parent="1" source="qv9amhCV-RjvQQsg8EkM-64" style="edgeStyle=orthogonalEdgeStyle;rounded=0;orthogonalLoop=1;jettySize=auto;html=1;entryX=0.5;entryY=0;entryDx=0;entryDy=0;fontSize=14;" target="qv9amhCV-RjvQQsg8EkM-65">
+           <mxGeometry relative="1" as="geometry" />
+         </mxCell>
+         <mxCell id="qv9amhCV-RjvQQsg8EkM-64" parent="1" style="rounded=0;whiteSpace=wrap;html=1;fontFamily=Times New Roman;fontSize=14;" value="断开WebSocket连接" vertex="1">
          <mxGeometry height="40" width="140" x="870" y="390" as="geometry" />
        </mxCell>
-         <mxCell id="qv9amhCV-RjvQQsg8EkM-65" parent="1" style="rounded=1;whiteSpace=wrap;html=1;" value="结束&lt;div&gt;等待下一次TCP连接&lt;/div&gt;" vertex="1">
+         <mxCell id="qv9amhCV-RjvQQsg8EkM-65" parent="1" style="rounded=1;whiteSpace=wrap;html=1;fontSize=14;" value="结束&lt;div&gt;等待下一次TCP连接&lt;/div&gt;" vertex="1">
          <mxGeometry height="40" width="140" x="870" y="470" as="geometry" />
        </mxCell>
      </root>
    </mxGraphModel>
  </diagram>
</mxfile>
